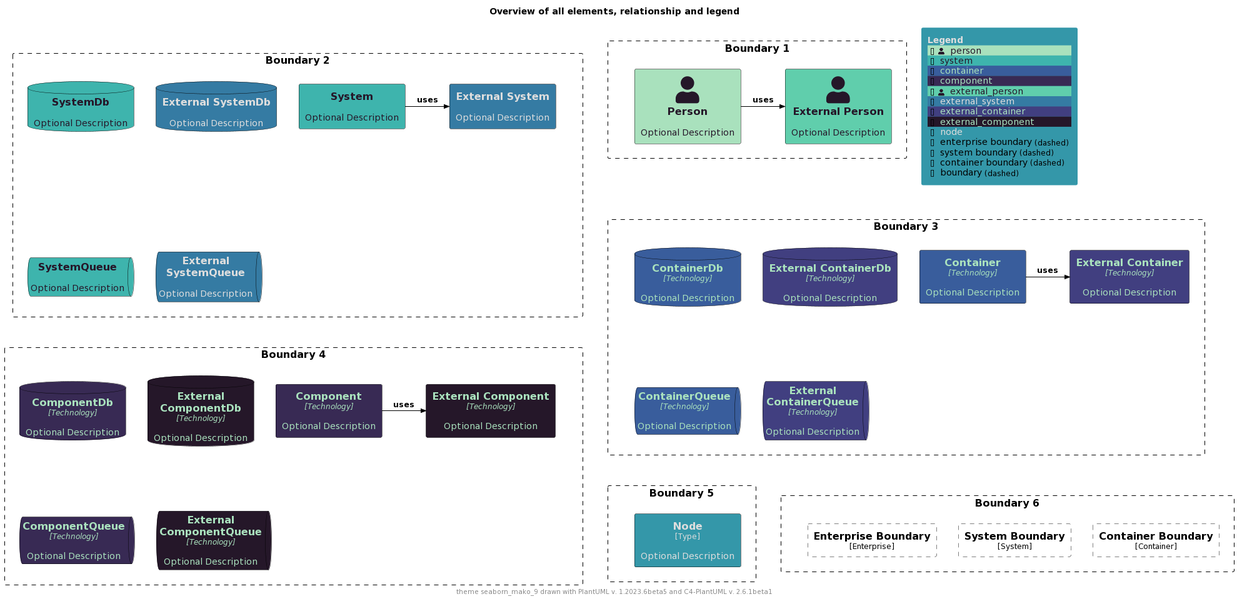
Above: palettes/puml-theme-seaborn_mako_9-example.png in mweagle/C4-PlantUML-Themes (PlantUML), before the change.
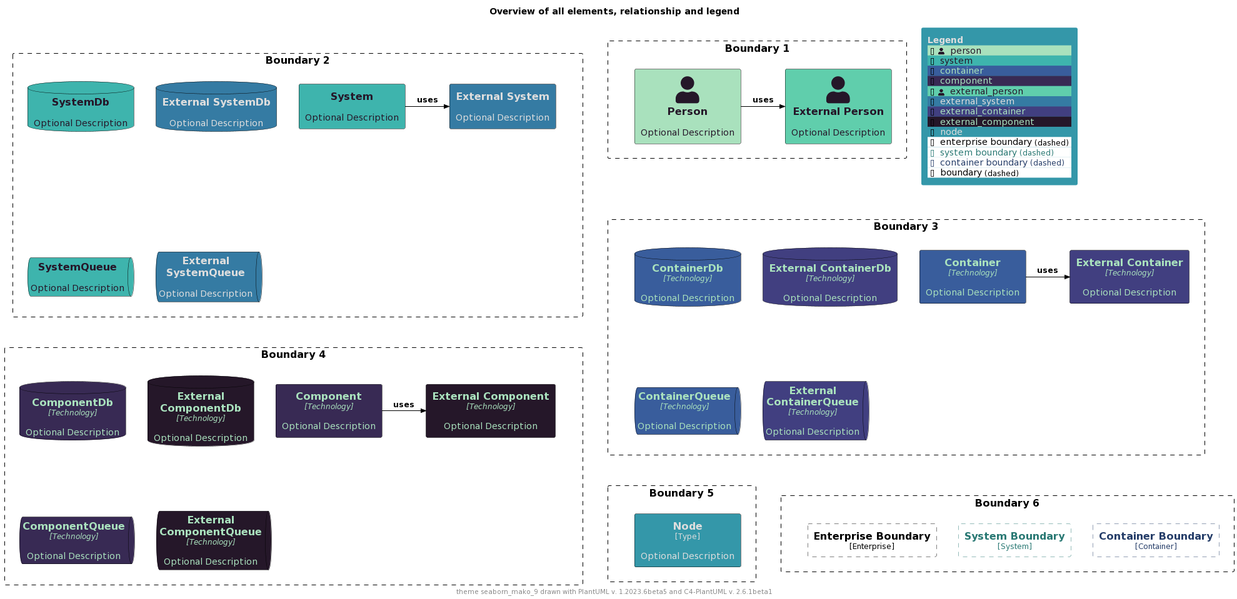
The same file after the commit.

Diff of the diagram source:
```diff
@@ -1,4 +1,18 @@
 @startuml
+!$COLOR_TEXT_FALLBACK_COLOR ?= "#000000"
+!$COLOR_BORDER_COLOR="#000000"
+
+!$DEFAULT_NORMAL_FONT_SIZE ?= 12
+!$DEFAULT_SMALL_FONT_SIZE ?= 8
+
+!$STEREOTYPE_FONT_SIZE ?= $DEFAULT_NORMAL_FONT_SIZE
+!$TECHN_FONT_SIZE ?= $DEFAULT_NORMAL_FONT_SIZE
+!$ARROW_FONT_SIZE ?= $DEFAULT_NORMAL_FONT_SIZE
+
+!$BOUNDARY_COLOR ?= $COLOR_BORDER_COLOR
+!$BOUNDARY_BG_COLOR ?= "solid"
+!$BOUNDARY_BORDER_STYLE ?= "dashed"
+
 !$THEME = "seaborn_mako_9"
 
 !function $textcolor($bgColor)
@@ -24,27 +38,11 @@
 !$COLOR_INDEX_6="#3eb4ad"
 !$COLOR_INDEX_7="#60ceac"
 !$COLOR_INDEX_8="#a9e1bd"
-!$COLOR_BORDER_COLOR="#000000"
 
 !$COLOR_TEXT_LIGHT=$COLOR_INDEX_0
 !$COLOR_TEXT_DARK=$COLOR_INDEX_8
 !$COLOR_TEXT_NEUTRAL=$textcolor($COLOR_INDEX_4)
 !$COLOR_REL_COLOR=$textcolor($COLOR_INDEX_8)
-
-!$COLOR_TEXT_FALLBACK_COLOR ?= "#000000"
-
-!$STEREOTYPE_FONT_SIZE ?= 12
-!$TECHN_FONT_SIZE ?= 12
-
-!$ELEMENT_FONT_COLOR ?= $COLOR_TEXT_FALLBACK_COLOR
-
-!$ARROW_COLOR ?= $COLOR_TEXT_FALLBACK_COLOR
-!$ARROW_FONT_COLOR ?= $COLOR_TEXT_FALLBACK_COLOR
-!$ARROW_FONT_SIZE ?= 12
-
-!$BOUNDARY_COLOR ?= $COLOR_BORDER_COLOR
-!$BOUNDARY_BG_COLOR ?= "transparent"
-!$BOUNDARY_BORDER_STYLE ?= "dashed"
 
 !$PERSON_BG_COLOR ?= $COLOR_INDEX_8
 !$PERSON_FONT_COLOR ?= $textcolor($PERSON_BG_COLOR)
@@ -62,14 +60,6 @@
 !$EXTERNAL_SYSTEM_FONT_COLOR ?= $textcolor($EXTERNAL_SYSTEM_BG_COLOR)
 !$EXTERNAL_SYSTEM_BORDER_COLOR ?= $COLOR_BORDER_COLOR
 
-!$SYSTEM_BOUNDARY_COLOR ?= $BOUNDARY_COLOR
-!$SYSTEM_BOUNDARY_BG_COLOR ?= $BOUNDARY_BG_COLOR
-!$SYSTEM_BOUNDARY_BORDER_STYLE ?= $BOUNDARY_BORDER_STYLE
-
-!$ENTERPRISE_BOUNDARY_COLOR ?= $BOUNDARY_COLOR
-!$ENTERPRISE_BOUNDARY_BG_COLOR ?= $BOUNDARY_BG_COLOR
-!$ENTERPRISE_BOUNDARY_BORDER_STYLE ?= $BOUNDARY_BORDER_STYLE
-
 !$CONTAINER_BG_COLOR ?= $COLOR_INDEX_3
 !$CONTAINER_FONT_COLOR ?= $textcolor($CONTAINER_BG_COLOR)
 !$CONTAINER_BORDER_COLOR ?= $COLOR_BORDER_COLOR
@@ -77,10 +67,6 @@
 !$EXTERNAL_CONTAINER_BG_COLOR ?= $COLOR_INDEX_2
 !$EXTERNAL_CONTAINER_FONT_COLOR ?= $textcolor($EXTERNAL_CONTAINER_BG_COLOR)
 !$EXTERNAL_CONTAINER_BORDER_COLOR ?= $COLOR_BORDER_COLOR
-
-!$CONTAINER_BOUNDARY_COLOR ?= $BOUNDARY_COLOR
-!$CONTAINER_BOUNDARY_BG_COLOR ?= $BOUNDARY_BG_COLOR
-!$CONTAINER_BOUNDARY_BORDER_STYLE ?= $BOUNDARY_BORDER_STYLE
 
 !$COMPONENT_BG_COLOR ?= $COLOR_INDEX_1
 !$COMPONENT_FONT_COLOR ?= $textcolor($COMPONENT_BG_COLOR)
@@ -101,8 +87,28 @@
 !$LEGEND_DARK_COLOR ?= $COLOR_TEXT_DARK
 !$LEGEND_LIGHT_COLOR ?= $COLOR_TEXT_LIGHT
 
-!$LEGEND_DETAILS_SMALL_SIZE ?= 8
-!$LEGEND_DETAILS_NORMAL_SIZE ?= 12
+!$SKETCH_FONT_COLOR ?= $COLOR_INDEX_8
+!$SKETCH_WARNING_COLOR ?= $COLOR_INDEX_0
+
+!$ELEMENT_FONT_COLOR ?= $COLOR_TEXT_FALLBACK_COLOR
+
+!$ARROW_COLOR ?= $COLOR_TEXT_FALLBACK_COLOR
+!$ARROW_FONT_COLOR ?= $COLOR_TEXT_FALLBACK_COLOR
+
+!$SYSTEM_BOUNDARY_COLOR ?= %darken($SYSTEM_BG_COLOR, 33)
+!$SYSTEM_BOUNDARY_BG_COLOR ?= $BOUNDARY_BG_COLOR
+!$SYSTEM_BOUNDARY_BORDER_STYLE ?= $BOUNDARY_BORDER_STYLE
+
+!$ENTERPRISE_BOUNDARY_COLOR ?= $BOUNDARY_COLOR
+!$ENTERPRISE_BOUNDARY_BG_COLOR ?= $BOUNDARY_BG_COLOR
+!$ENTERPRISE_BOUNDARY_BORDER_STYLE ?= $BOUNDARY_BORDER_STYLE
+
+!$CONTAINER_BOUNDARY_COLOR ?= %darken($CONTAINER_BG_COLOR, 33)
+!$CONTAINER_BOUNDARY_BG_COLOR ?= $BOUNDARY_BG_COLOR
+!$CONTAINER_BOUNDARY_BORDER_STYLE ?= $BOUNDARY_BORDER_STYLE
+
+!$LEGEND_DETAILS_SMALL_SIZE ?= $DEFAULT_SMALL_FONT_SIZE
+!$LEGEND_DETAILS_NORMAL_SIZE ?= $DEFAULT_NORMAL_FONT_SIZE
 
 !$LEGEND_SHADOW_TEXT ?= "shadow"
 !$LEGEND_NO_SHADOW_TEXT ?= "no shadow"
@@ -120,16 +126,13 @@
 !$LEGEND_DASHED_TRANSPARENT_BOUNDARY ?= "dashed"
 
 !$SKETCH_BG_COLOR ?= "transparent"
-!$SKETCH_FONT_COLOR ?= $COLOR_INDEX_8
-!$SKETCH_WARNING_COLOR ?= $COLOR_INDEX_0
-
 !$SKETCH_FONT_NAME ?= "Gochi Hand"
-
 !$SKETCH_FOOTER_WARNING ?= "Warning:"
 !$SKETCH_FOOTER_TEXT ?= "Created for discussion, needs to be validated"
 
 !$ROUNDED_BOX_SIZE ?= 25
 !$EIGHT_SIDED_SIZE ?= 18
+
 
 
 
```
